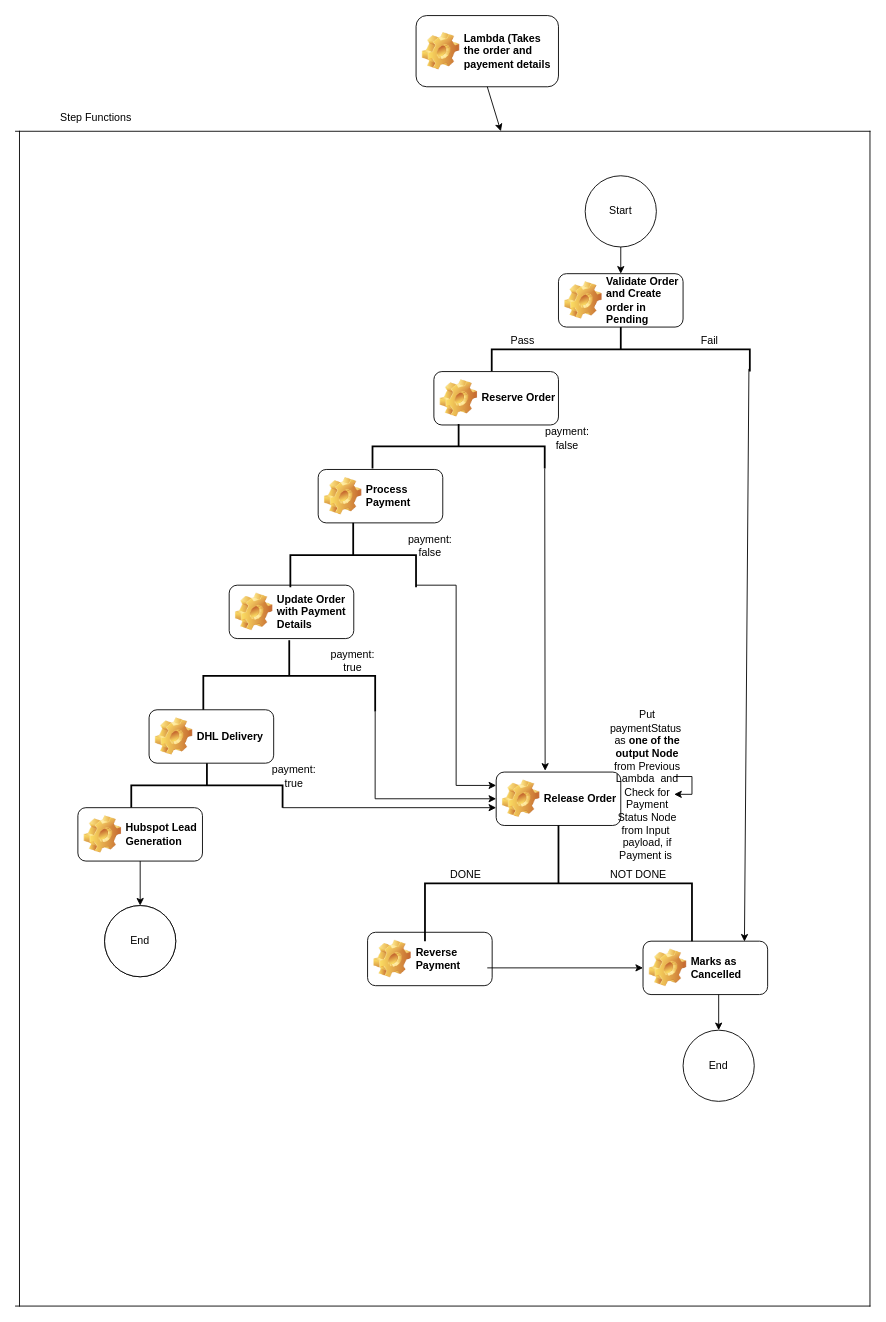
Above: Untitled Diagram.drawio in sathishkrishnan20/logical_programming (draw.io), before the change. Source tidied: cells renumbered, new cells numbered last; positions are measured from the earlier drawing's top-left corner, leaving out a move shared by most shapes. Both pictures are drawn from the tidied source at 89%, with x=0, y=0 at pixel (15, 15).
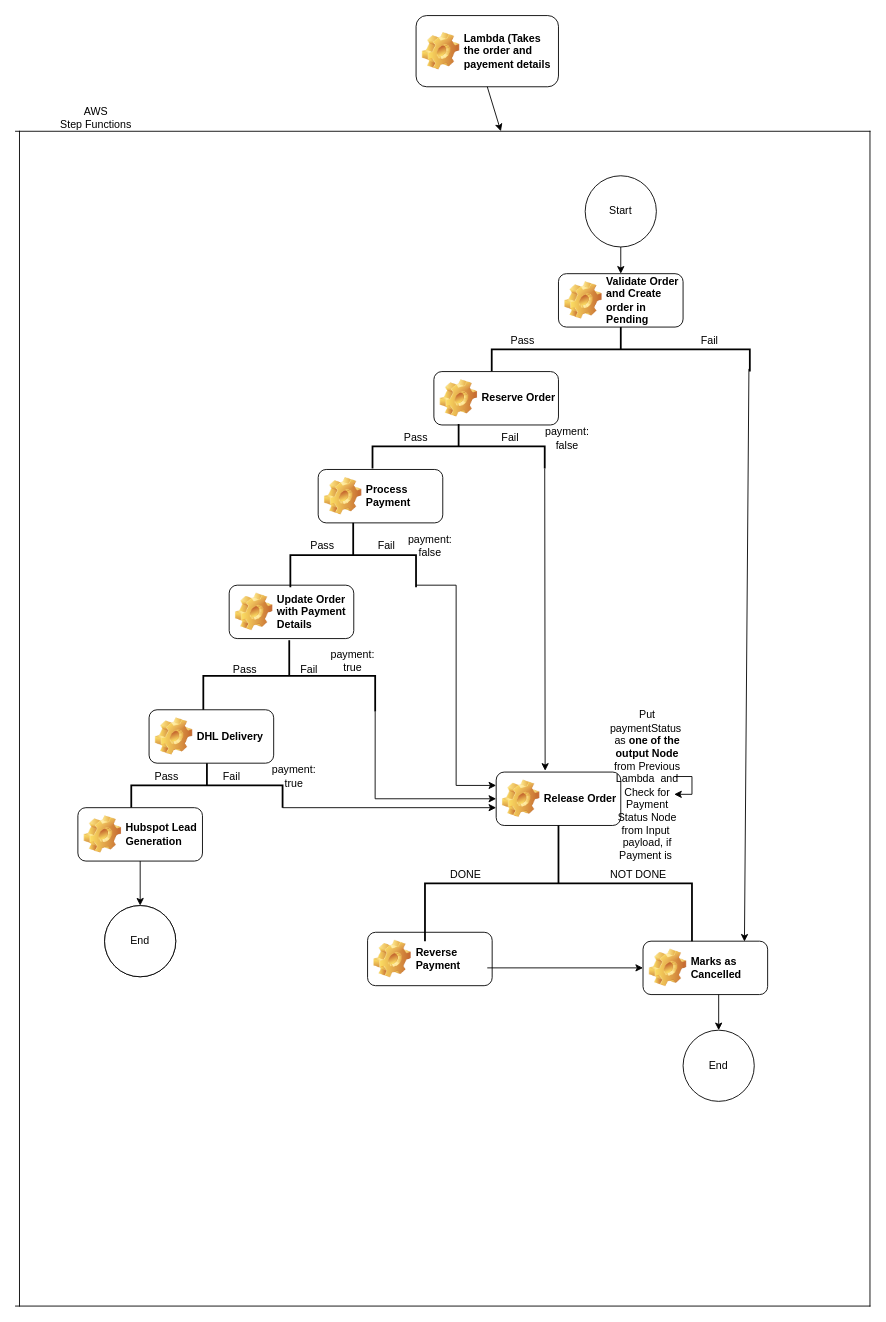
The same page after the edit.

Commit message:
Updated Order Management Flow.drawio

Diff of the diagram source:
```diff
@@
-    <mxCell id="6" value="Step Functions" style="text;html=1;align=center;verticalAlign=middle;strokeColor=none;fillColor=none;" parent="1" vertex="1">
-      <mxGeometry x="40" y="100" width="100" height="30" as="geometry" />
+    <mxCell id="6" value="AWS &lt;br&gt;Step Functions" style="text;html=1;align=center;verticalAlign=middle;strokeColor=none;fillColor=none;" parent="1" vertex="1">
+      <mxGeometry x="40" y="95" width="100" height="40" as="geometry" />
     </mxCell>
@@
+    <mxCell id="45" value="Pass" style="text;html=1;strokeColor=none;fillColor=none;align=center;verticalAlign=middle;whiteSpace=wrap;rounded=0;" parent="1" vertex="1">
+      <mxGeometry x="420" y="460" width="60" height="30" as="geometry" />
+    </mxCell>
+    <mxCell id="46" value="Fail" style="text;html=1;strokeColor=none;fillColor=none;align=center;verticalAlign=middle;whiteSpace=wrap;rounded=0;" parent="1" vertex="1">
+      <mxGeometry x="526" y="460" width="60" height="30" as="geometry" />
+    </mxCell>
+    <mxCell id="47" value="Pass" style="text;html=1;strokeColor=none;fillColor=none;align=center;verticalAlign=middle;whiteSpace=wrap;rounded=0;" parent="1" vertex="1">
+      <mxGeometry x="330" y="580.8" width="30" height="30" as="geometry" />
+    </mxCell>
+    <mxCell id="48" value="Fail" style="text;html=1;strokeColor=none;fillColor=none;align=center;verticalAlign=middle;whiteSpace=wrap;rounded=0;" parent="1" vertex="1">
+      <mxGeometry x="387.4" y="580.8" width="60" height="30" as="geometry" />
+    </mxCell>
+    <mxCell id="49" value="Pass" style="text;html=1;strokeColor=none;fillColor=none;align=center;verticalAlign=middle;whiteSpace=wrap;rounded=0;" parent="1" vertex="1">
+      <mxGeometry x="242.6" y="720" width="30" height="30" as="geometry" />
+    </mxCell>
+    <mxCell id="50" value="Fail" style="text;html=1;strokeColor=none;fillColor=none;align=center;verticalAlign=middle;whiteSpace=wrap;rounded=0;" parent="1" vertex="1">
+      <mxGeometry x="300" y="720" width="60" height="30" as="geometry" />
+    </mxCell>
+    <mxCell id="51" value="Pass" style="text;html=1;strokeColor=none;fillColor=none;align=center;verticalAlign=middle;whiteSpace=wrap;rounded=0;" parent="1" vertex="1">
+      <mxGeometry x="155.2" y="840" width="30" height="30" as="geometry" />
+    </mxCell>
+    <mxCell id="52" value="Fail" style="text;html=1;strokeColor=none;fillColor=none;align=center;verticalAlign=middle;whiteSpace=wrap;rounded=0;" parent="1" vertex="1">
+      <mxGeometry x="212.6" y="840" width="60" height="30" as="geometry" />
+    </mxCell>
```
